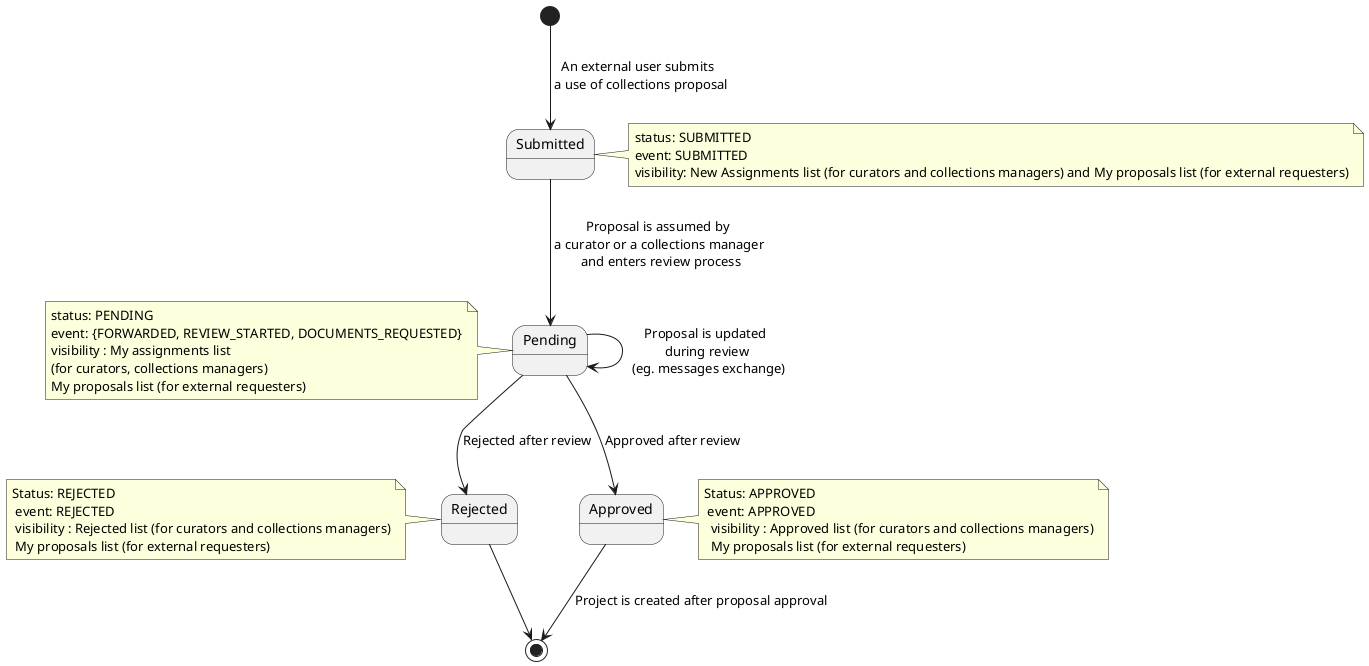
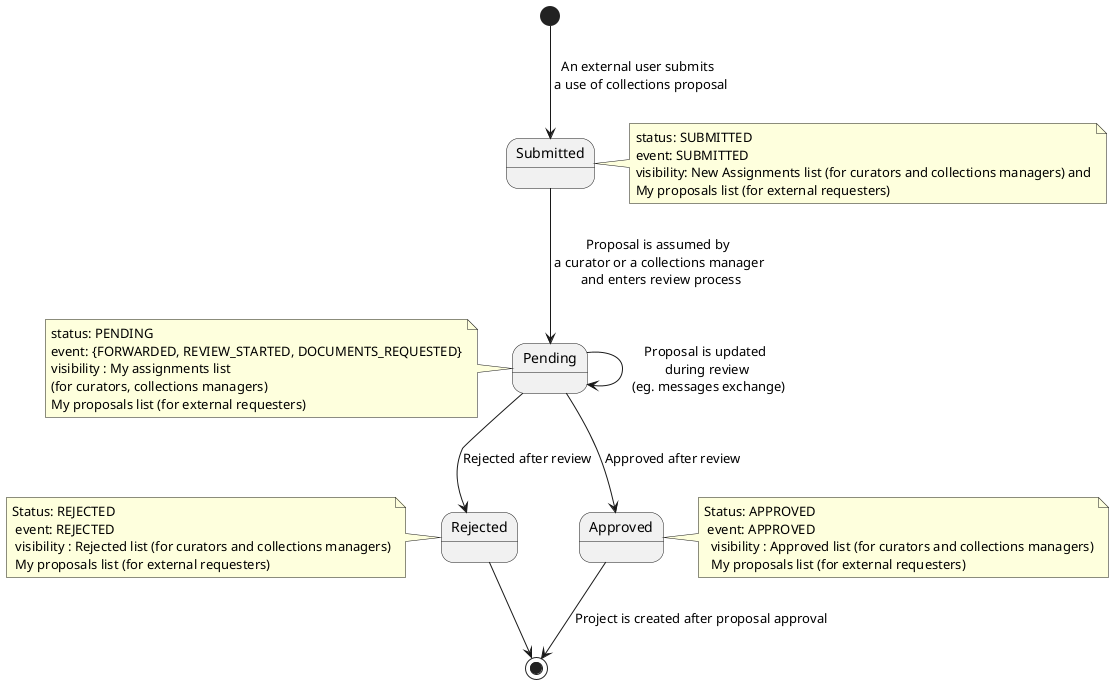
@startuml

  [*] --> Submitted : An external user submits \n a use of collections proposal
  note right of Submitted
    status: SUBMITTED
    event: SUBMITTED
-     visibility: New Assignments list (for curators and collections managers) and My proposals list (for external requesters)
+     visibility: New Assignments list (for curators and collections managers) and
+     My proposals list (for external requesters)
  end note

  Submitted --> Pending : Proposal is assumed by \n a curator or a collections manager \n and enters review process
  note left of Pending
      status: PENDING
      event: {FORWARDED, REVIEW_STARTED, DOCUMENTS_REQUESTED}
      visibility : My assignments list
      (for curators, collections managers)
      My proposals list (for external requesters)
   end note

  Pending --> Pending : Proposal is updated \n during review \n (eg. messages exchange)
  Pending --> Rejected : Rejected after review
  note left of Rejected
      Status: REJECTED
       event: REJECTED
       visibility : Rejected list (for curators and collections managers)
       My proposals list (for external requesters)
    end note

  Pending --> Approved : Approved after review
   note right of Approved
      Status: APPROVED
       event: APPROVED
        visibility : Approved list (for curators and collections managers)
        My proposals list (for external requesters)
    end note
  Approved --> [*] : Project is created after proposal approval
  Rejected --> [*]

@enduml
